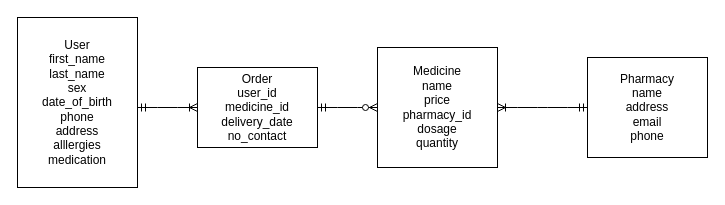
gbenga/mod5-project-backend keeps this draw.io diagram as models.drawio. Above is the earlier version. Source tidied: cells renumbered, new cells numbered last; positions are measured from the earlier drawing's top-left corner, leaving out a move shared by most shapes. Both pictures are drawn from the tidied source at 100%, with x=0, y=0 at pixel (17, 17).
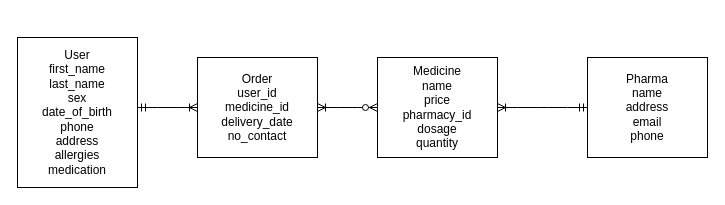
The same page after the edit.

The edit, as a diff of the source:
```diff
@@
 <mxGraphModel>
   <root>
     <mxCell id="0" />
     <mxCell id="1" parent="0" />
-    <mxCell id="2" value="User&lt;br&gt;first_name&lt;br&gt;last_name&lt;br&gt;sex&lt;br&gt;date_of_birth&lt;br&gt;phone&lt;br&gt;address&lt;br&gt;alllergies&lt;br&gt;medication" style="rounded=0;whiteSpace=wrap;html=1;" parent="1" vertex="1">
-      <mxGeometry width="120" height="170" as="geometry" />
+    <mxCell id="2" value="User&lt;br&gt;first_name&lt;br&gt;last_name&lt;br&gt;sex&lt;br&gt;date_of_birth&lt;br&gt;phone&lt;br&gt;address&lt;br&gt;allergies&lt;br&gt;medication" style="rounded=0;whiteSpace=wrap;html=1;" parent="1" vertex="1">
+      <mxGeometry y="20" width="120" height="150" as="geometry" />
     </mxCell>
-    <mxCell id="3" value="Pharmacy&lt;br&gt;name&lt;br&gt;address&lt;br&gt;email&lt;br&gt;phone" style="rounded=0;whiteSpace=wrap;html=1;" parent="1" vertex="1">
+    <mxCell id="3" value="Pharma&lt;br&gt;name&lt;br&gt;address&lt;br&gt;email&lt;br&gt;phone" style="rounded=0;whiteSpace=wrap;html=1;" parent="1" vertex="1">
       <mxGeometry x="570" y="40" width="120" height="100" as="geometry" />
     </mxCell>
     <mxCell id="4" value="Order&lt;br&gt;user_id&lt;br&gt;medicine_id&lt;br&gt;delivery_date&lt;br&gt;no_contact" style="rounded=0;whiteSpace=wrap;html=1;" parent="1" vertex="1">
-      <mxGeometry x="180" y="50" width="120" height="80" as="geometry" />
+      <mxGeometry x="180" y="40" width="120" height="100" as="geometry" />
     </mxCell>
     <mxCell id="5" value="Medicine&lt;br&gt;name&lt;br&gt;price&lt;br&gt;pharmacy_id&lt;br&gt;dosage&lt;br&gt;quantity" style="rounded=0;whiteSpace=wrap;html=1;" parent="1" vertex="1">
-      <mxGeometry x="360" y="30" width="120" height="120" as="geometry" />
+      <mxGeometry x="360" y="40" width="120" height="100" as="geometry" />
     </mxCell>
     <mxCell id="6" style="edgeStyle=entityRelationEdgeStyle;fontSize=12;html=1;endArrow=ERmandOne;endFill=0;exitX=1;exitY=0.5;exitDx=0;exitDy=0;startArrow=ERoneToMany;startFill=0;" parent="1" edge="1" source="5">
       <mxGeometry relative="1" as="geometry">
         <mxPoint x="570" y="90" as="targetPoint" />
       </mxGeometry>
     </mxCell>
     <mxCell id="7" style="edgeStyle=entityRelationEdgeStyle;fontSize=12;html=1;endArrow=ERoneToMany;startArrow=ERmandOne;entryX=0;entryY=0.5;entryDx=0;entryDy=0;" parent="1" edge="1" target="4">
       <mxGeometry relative="1" as="geometry">
         <mxPoint x="120" y="90" as="sourcePoint" />
       </mxGeometry>
     </mxCell>
-    <mxCell id="8" style="edgeStyle=entityRelationEdgeStyle;fontSize=12;html=1;endArrow=ERzeroToMany;startArrow=ERmandOne;entryX=0;entryY=0.5;entryDx=0;entryDy=0;" parent="1" edge="1" target="5">
+    <mxCell id="8" style="edgeStyle=entityRelationEdgeStyle;fontSize=12;html=1;endArrow=ERzeroToMany;startArrow=ERoneToMany;entryX=0;entryY=0.5;entryDx=0;entryDy=0;startFill=0;" parent="1" edge="1" target="5">
       <mxGeometry relative="1" as="geometry">
         <mxPoint x="300" y="90" as="sourcePoint" />
       </mxGeometry>
     </mxCell>
   </root>
 </mxGraphModel>
```
